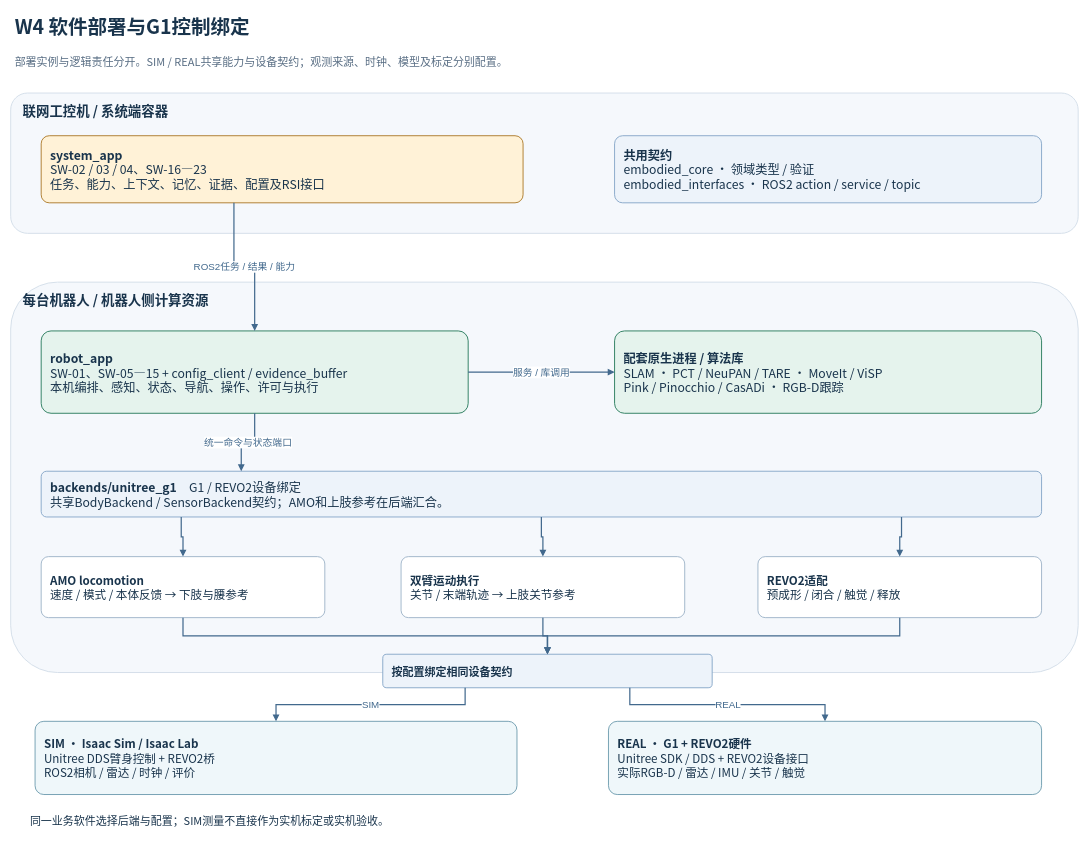
Above: page "W4 软件部署与G1控制绑定" (4 of 4) of site/diagrams/software-architecture.drawio in gao377/gao377.github.io (draw.io), before the change. Source tidied: cells renumbered, new cells numbered last; positions are measured from the earlier drawing's top-left corner, leaving out a move shared by most shapes. Both pictures are drawn from the tidied source at 61%, with x=0, y=0 at pixel (10, 10).
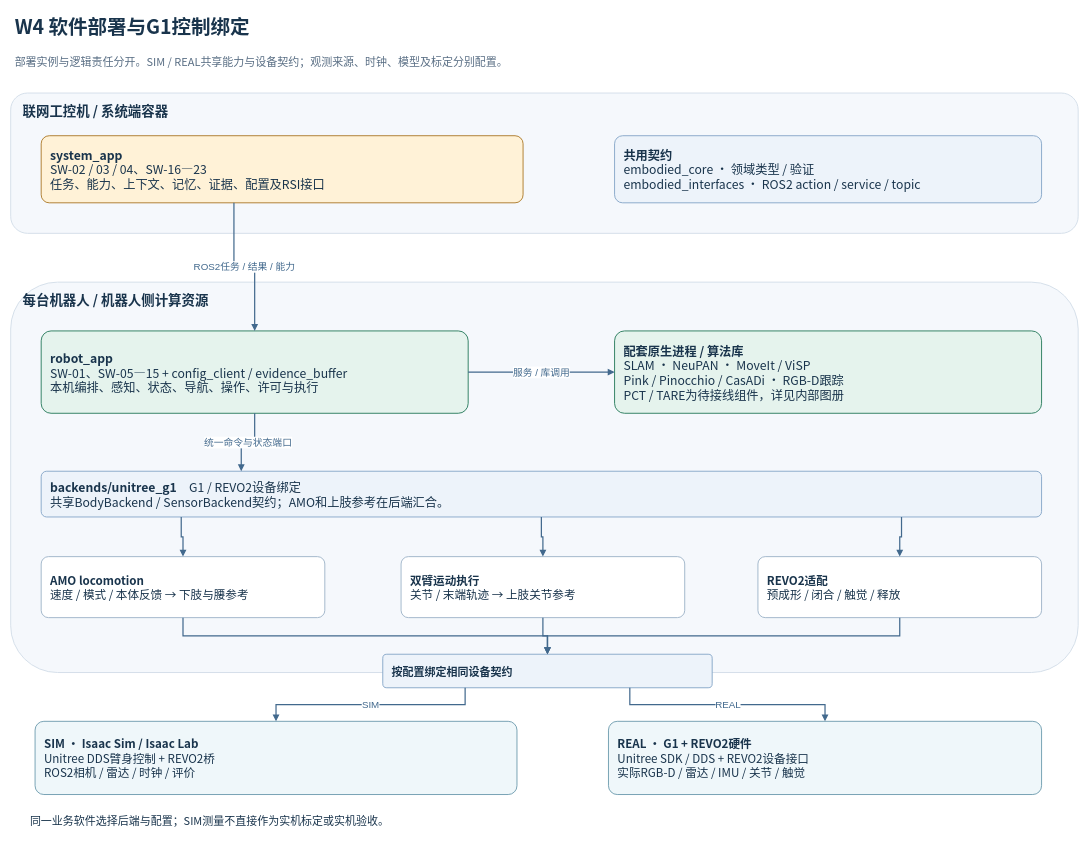
The same diagram, later.

What changed in the source:
```diff
@@
-    <mxCell id="11" value="&lt;b&gt;配套原生进程 / 算法库&lt;/b&gt;&lt;br&gt;SLAM · PCT / NeuPAN / TARE · MoveIt / ViSP&lt;br&gt;Pink / Pinocchio / CasADi · RGB-D跟踪" style="rounded=1;whiteSpace=wrap;html=1;fillColor=#E5F3ED;strokeColor=#277A5B;strokeWidth=1.5;fontFamily=Noto Sans CJK SC;fontSize=20;fontColor=#19344C;align=left;verticalAlign=middle;spacing=15;arcSize=12;" parent="1" vertex="1">
+    <mxCell id="11" value="&lt;b&gt;配套原生进程 / 算法库&lt;/b&gt;&lt;br&gt;SLAM · NeuPAN · MoveIt / ViSP&lt;br&gt;Pink / Pinocchio / CasADi · RGB-D跟踪&lt;br&gt;PCT / TARE为待接线组件，详见内部图册" style="rounded=1;whiteSpace=wrap;html=1;fillColor=#E5F3ED;strokeColor=#277A5B;strokeWidth=1.5;fontFamily=Noto Sans CJK SC;fontSize=20;fontColor=#19344C;align=left;verticalAlign=middle;spacing=15;arcSize=12;" parent="1" vertex="1">
       <mxGeometry x="990" y="525" width="700" height="135" as="geometry" />
     </mxCell>
```
